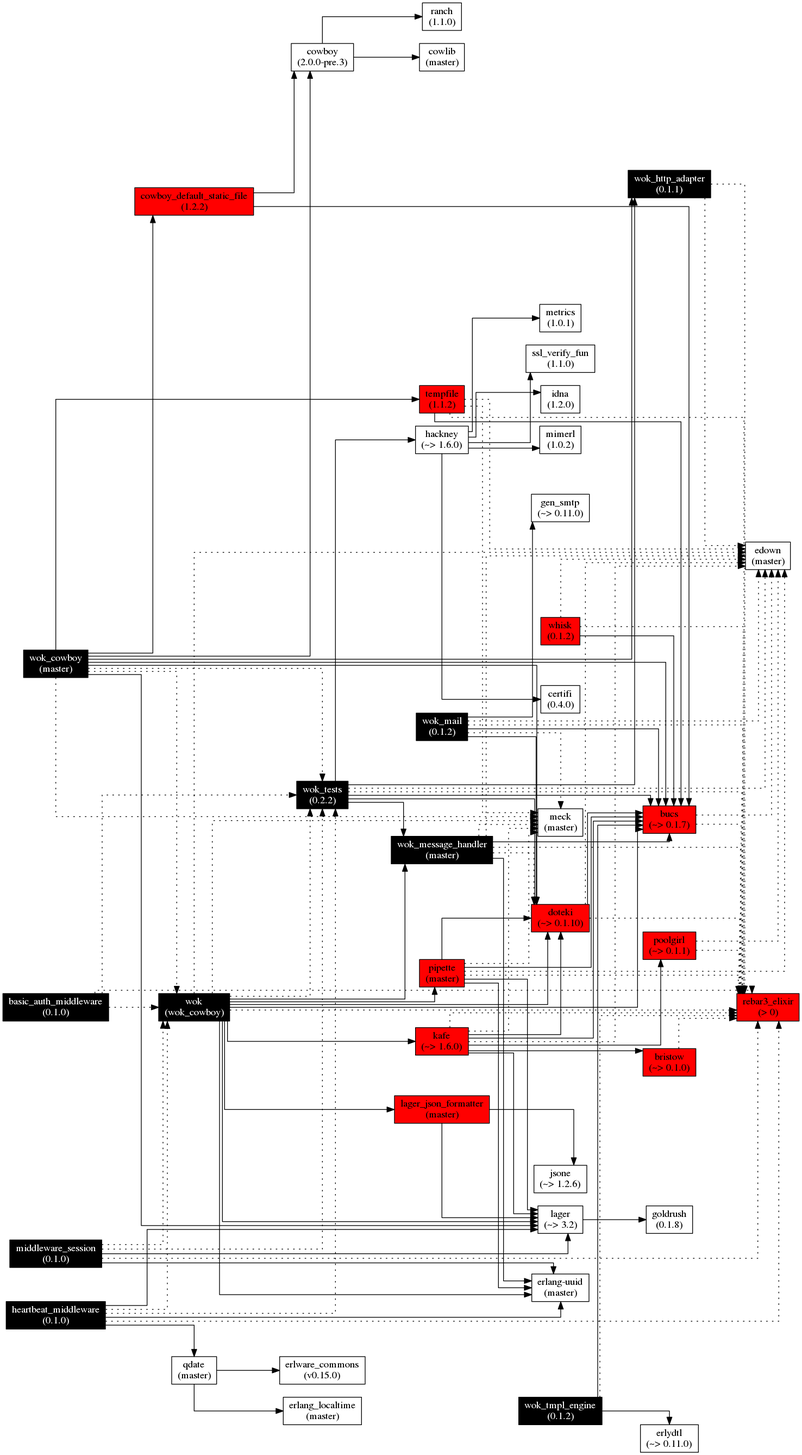
Above: images/wok.deps.png in botsunit/wok (Graphviz), before the change. Its source is kept beside it as images/wok.deps.gv.
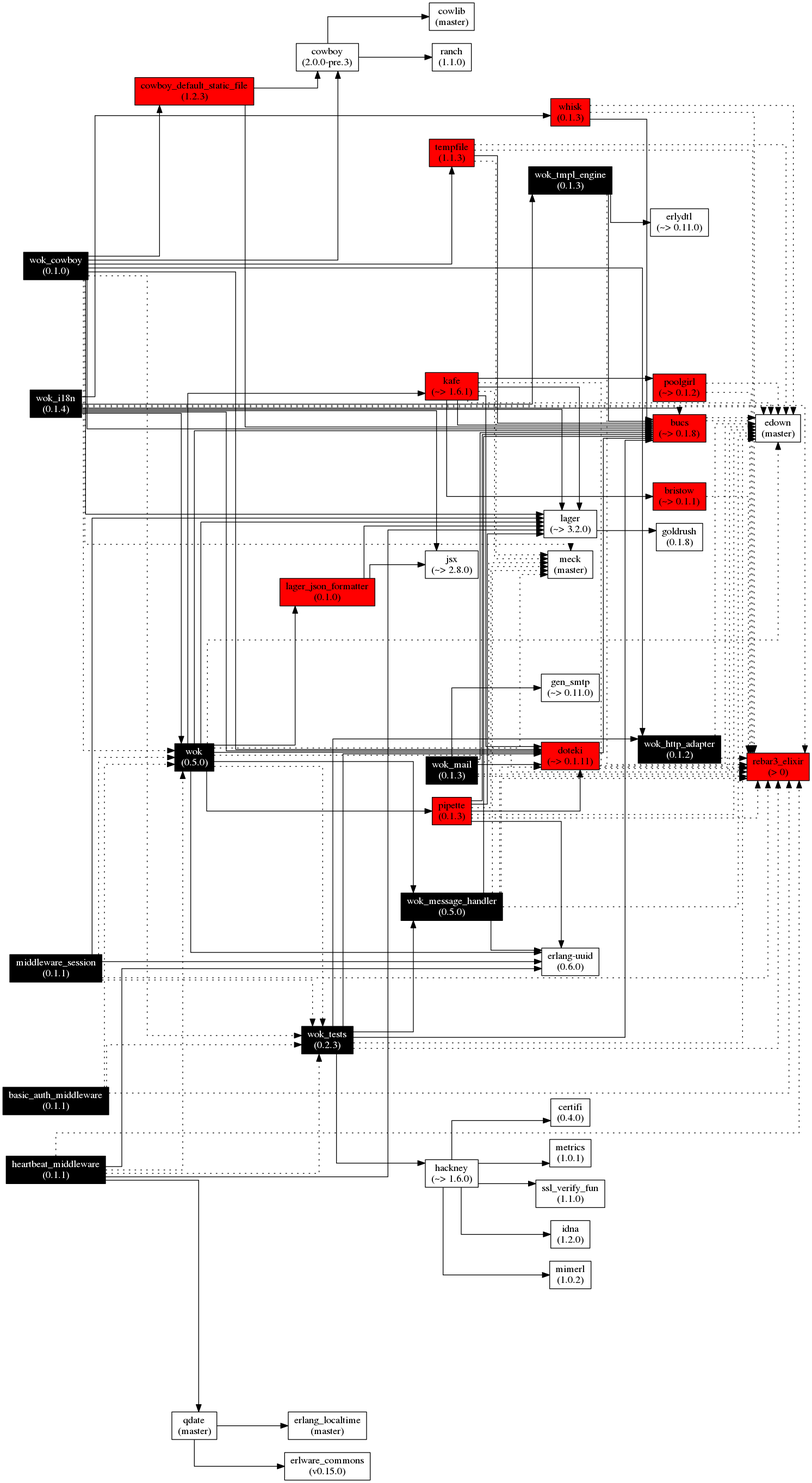
The same diagram one commit later.

Diff of the diagram source:
```diff
@@ -6,27 +6,37 @@
     rankdir=LR;
   ]
 
-  wok[label="wok\n(wok_cowboy)", fontcolor="white", style="filled", fillcolor="black"];
-  lager[label="lager\n(~> 3.2)"];
-  lager_json_formatter[label="lager_json_formatter\n(master)", style="filled", fillcolor="red"];
-  wok_http_adapter[label="wok_http_adapter\n(0.1.1)", fontcolor="white", style="filled", fillcolor="black"];
-  wok_message_handler[label="wok_message_handler\n(master)", fontcolor="white", style="filled", fillcolor="black"];
-  pipette[label="pipette\n(master)", style="filled", fillcolor="red"];
-  kafe[label="kafe\n(~> 1.6.0)", style="filled", fillcolor="red"];
+  bristow[label="bristow\n(~> 0.1.1)", style="filled", fillcolor="red"];
+  poolgirl[label="poolgirl\n(~> 0.1.2)", style="filled", fillcolor="red"];
+  bucs[label="bucs\n(~> 0.1.8)", style="filled", fillcolor="red"];
+  wok_http_adapter[label="wok_http_adapter\n(0.1.2)", fontcolor="white", style="filled", fillcolor="black"];
+  wok_tmpl_engine[label="wok_tmpl_engine\n(0.1.3)", fontcolor="white", style="filled", fillcolor="black"];
+  whisk[label="whisk\n(0.1.3)", style="filled", fillcolor="red"];
+  uuid[label="erlang-uuid\n(0.6.0)", fillcolor="red"];
+  doteki[label="doteki\n(~> 0.1.11)", style="filled", fillcolor="red"];
+  kafe[label="kafe\n(~> 1.6.1)", style="filled", fillcolor="red"];
+  pipette[label="pipette\n(0.1.3)", style="filled", fillcolor="red"];
+  wok_message_handler[label="wok_message_handler\n(0.5.0)", fontcolor="white", style="filled", fillcolor="black"];
+  tempfile[label="tempfile\n(1.1.3)", style="filled", fillcolor="red"];
+  wok_mail[label="wok_mail\n(0.1.3)", fontcolor="white", style="filled", fillcolor="black"];
+  lager_json_formatter[label="lager_json_formatter\n(0.1.0)", style="filled", fillcolor="red"];
+  wok_tests[label="wok_tests\n(0.2.3)", fontcolor="white", style="filled", fillcolor="black"];
+
+  wok[label="wok\n(0.5.0)", fontcolor="white", style="filled", fillcolor="black"];
+  cowboy_default_static_file[label="cowboy_default_static_file\n(1.2.3)", style="filled", fillcolor="red"];
+  middleware_session[label="middleware_session\n(0.1.1)", fontcolor="white", style="filled", fillcolor="black"];
+  heartbeat_middleware[label="heartbeat_middleware\n(0.1.1)", fontcolor="white", style="filled", fillcolor="black"];
+  basic_auth_middleware[label="basic_auth_middleware\n(0.1.1)", fontcolor="white", style="filled", fillcolor="black"];
+  wok_i18n[label="wok_i18n\n(0.1.4)", fontcolor="white", style="filled", fillcolor="black"];
+  wok_cowboy[label="wok_cowboy\n(0.1.0)", fontcolor="white", style="filled", fillcolor="black"];
+
+  lager[label="lager\n(~> 3.2.0)"];
   cowboy[label="cowboy\n(2.0.0-pre.3)"];
-  cowboy_default_static_file[label="cowboy_default_static_file\n(1.2.2)", style="filled", fillcolor="red"];
-  bucs[label="bucs\n(~> 0.1.7)", style="filled", fillcolor="red"];
-  doteki[label="doteki\n(~> 0.1.10)", style="filled", fillcolor="red"];
-  uuid[label="erlang-uuid\n(master)"];
-  tempfile[label="tempfile\n(1.1.2)", style="filled", fillcolor="red"];
   rebar3_elixir[label="rebar3_elixir\n(> 0)", style="filled", fillcolor="red"];
-  wok_tests[label="wok_tests\n(0.2.2)", fontcolor="white", style="filled", fillcolor="black"];
   meck[label="meck\n(master)"];
   edown[label="edown\n(master)"];
   goldrush[label="goldrush\n(0.1.8)"];
-  jsone[label="jsone\n(~> 1.2.6)"];
-  poolgirl[label="poolgirl\n(~> 0.1.1)", style="filled", fillcolor="red"];
-  bristow[label="bristow\n(~> 0.1.0)", style="filled", fillcolor="red"];
+  jsx[label="jsx\n(~> 2.8.0)"];
   cowlib[label="cowlib\n(master)"];
   ranch[label="ranch\n(1.1.0)"];
   hackney[label="hackney\n(~> 1.6.0)"];
@@ -35,18 +45,11 @@
   certifi[label="certifi\n(0.4.0)"];
   metrics[label="metrics\n(1.0.1)"];
   ssl_verify_fun[label="ssl_verify_fun\n(1.1.0)"];
-  wok_mail[label="wok_mail\n(0.1.2)", fontcolor="white", style="filled", fillcolor="black"];
   gen_smtp[label="gen_smtp\n(~> 0.11.0)"];
-  wok_tmpl_engine[label="wok_tmpl_engine\n(0.1.2)", fontcolor="white", style="filled", fillcolor="black"];
-  whisk[label="whisk\n(0.1.2)", style="filled", fillcolor="red"];
   erlydtl[label="erlydtl\n(~> 0.11.0)"];
-  basic_auth_middleware[label="basic_auth_middleware\n(0.1.0)", fontcolor="white", style="filled", fillcolor="black"];
-  middleware_session[label="middleware_session\n(0.1.0)", fontcolor="white", style="filled", fillcolor="black"];
-  heartbeat_middleware[label="heartbeat_middleware\n(0.1.0)", fontcolor="white", style="filled", fillcolor="black"];
   qdate[label="qdate\n(master)"];
   erlware_commons[label="erlware_commons\n(v0.15.0)"];
   erlang_localtime[label="erlang_localtime\n(master)"];
-  wok_cowboy[label="wok_cowboy\n(master)", fontcolor="white", style="filled", fillcolor="black"];
 
   wok -> lager;
   wok -> lager_json_formatter
@@ -75,7 +78,7 @@
   lager -> goldrush;
 
   lager_json_formatter -> lager;
-  lager_json_formatter -> jsone;
+  lager_json_formatter -> jsx;
 
   wok_http_adapter -> edown[style=dotted];
   wok_http_adapter -> rebar3_elixir[style=dotted];
@@ -148,6 +151,15 @@
   wok_mail -> edown[style=dotted];
   wok_mail -> rebar3_elixir[style=dotted];
 
+  wok_i18n -> jsx;
+  wok_i18n -> lager;
+  wok_i18n -> wok_tmpl_engine;
+  wok_i18n -> whisk;
+  wok_i18n -> wok;
+  wok_i18n -> bucs;
+  wok_i18n -> doteki;
+  wok_i18n -> edown[style=dotted];
+  wok_i18n -> rebar3_elixir[style=dotted];
 
   wok_tmpl_engine -> bucs;
   wok_tmpl_engine -> erlydtl;
```
